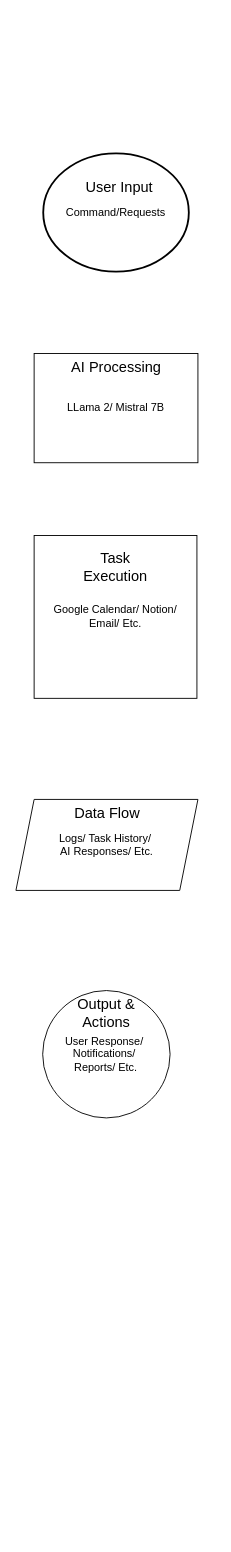
The draw.io diagram PA1.drawio in MrApolloOC/Personal-Assistant-V1, before the edit. Source tidied: cells renumbered, new cells numbered last; positions are measured from the earlier drawing's top-left corner, leaving out a move shared by most shapes. Both pictures are drawn from the tidied source at 91%, with x=0, y=0 at pixel (15, 153).
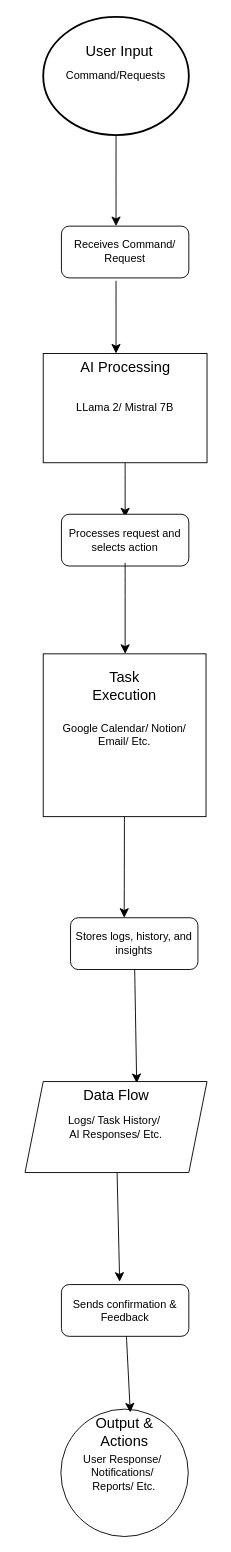
After the change.

Unchanged cells that the change refers to:
```xml
<mxCell id="3" value="Command/Requests" style="strokeWidth=2;html=1;shape=mxgraph.flowchart.start_1;whiteSpace=wrap;" parent="2" vertex="1">
  <mxGeometry width="160" height="130" as="geometry" />
</mxCell>
<mxCell id="4" style="group;" parent="1" vertex="1">
  <mxGeometry x="20" y="220" width="180" height="120" as="geometry" />
</mxCell>
<mxCell id="8" value="Google Calendar/ Notion/&lt;div&gt;Email/ Etc.&lt;/div&gt;" style="whiteSpace=wrap;html=1;" parent="7" vertex="1">
  <mxGeometry x="-20" width="178.9" height="178.9" as="geometry" />
</mxCell>
<mxCell id="11" value="Logs/ Task History/&amp;nbsp;&lt;div&gt;AI Responses/ Etc.&lt;/div&gt;" style="shape=parallelogram;perimeter=parallelogramPerimeter;whiteSpace=wrap;html=1;fixedSize=1;" parent="10" vertex="1">
  <mxGeometry width="200" height="100" as="geometry" />
</mxCell>
<mxCell id="12" value="Data Flow" style="text;html=1;align=center;verticalAlign=middle;points=[];strokeColor=none;fillColor=none;fontSize=16;" parent="10" vertex="1">
  <mxGeometry x="50" width="100" height="30" as="geometry" />
</mxCell>
<mxCell id="15" value="Output &amp;amp;&lt;div&gt;Actions&lt;/div&gt;" style="text;html=1;align=center;verticalAlign=middle;points=[];strokeColor=none;fillColor=none;fontSize=16;" parent="13" vertex="1">
  <mxGeometry x="34" width="90" height="50" as="geometry" />
</mxCell>
```

What changed in the source:
```diff
@@
     <mxCell id="2" style="group;" parent="1" vertex="1">
-      <mxGeometry x="30" width="160" height="130" as="geometry" />
+      <mxGeometry x="30" y="-150" width="160" height="130" as="geometry" />
     </mxCell>
@@
     <mxCell id="5" value="LLama 2/ Mistral 7B" style="rounded=0;whiteSpace=wrap;html=1;" parent="4" vertex="1">
-      <mxGeometry width="180" height="120" as="geometry" />
+      <mxGeometry x="10" width="180" height="120" as="geometry" />
     </mxCell>
     <mxCell id="6" value="AI Processing" style="text;html=1;align=center;verticalAlign=middle;strokeColor=none;fillColor=none;fontSize=16;" parent="4" vertex="1">
-      <mxGeometry x="30" width="120" height="30" as="geometry" />
+      <mxGeometry x="40" width="120" height="30" as="geometry" />
     </mxCell>
     <mxCell id="7" style="group;" parent="1" vertex="1">
-      <mxGeometry x="40" y="420" width="170" height="160" as="geometry" />
+      <mxGeometry x="50" y="550" width="170" height="160" as="geometry" />
     </mxCell>
@@
     <mxCell id="10" style="group;" parent="1" vertex="1">
-      <mxGeometry y="710" width="200" height="100" as="geometry" />
+      <mxGeometry x="10" y="1020" width="200" height="100" as="geometry" />
     </mxCell>
@@
     <mxCell id="13" style="group;" parent="1" vertex="1">
-      <mxGeometry x="20" y="920" width="170" height="140" as="geometry" />
+      <mxGeometry x="40" y="1380" width="170" height="140" as="geometry" />
     </mxCell>
@@
     <mxCell id="16" value="&amp;nbsp; &amp;nbsp; &amp;nbsp; &amp;nbsp; &amp;nbsp; &amp;nbsp; &amp;nbsp; &amp;nbsp;User Input&lt;div&gt;&lt;br&gt;&lt;/div&gt;" style="text;html=1;align=center;verticalAlign=middle;strokeColor=none;fillColor=none;fontSize=16;" parent="1" vertex="1">
-      <mxGeometry y="21.7" width="160" height="50" as="geometry" />
+      <mxGeometry y="-128.3" width="160" height="50" as="geometry" />
     </mxCell>
+    <mxCell id="17" style="edgeStyle=none;curved=1;rounded=0;jettySize=auto;html=1;fontSize=12;startSize=8;endSize=8;" parent="1" edge="1" source="3">
+      <mxGeometry relative="1" as="geometry">
+        <mxPoint x="110" y="80" as="targetPoint" />
+      </mxGeometry>
+    </mxCell>
+    <mxCell id="18" style="edgeStyle=none;curved=1;rounded=0;jettySize=auto;html=1;fontSize=12;startSize=8;endSize=8;" parent="1" edge="1" source="5">
+      <mxGeometry relative="1" as="geometry">
+        <mxPoint x="120" y="400" as="targetPoint" />
+      </mxGeometry>
+    </mxCell>
+    <mxCell id="19" style="edgeStyle=none;curved=1;rounded=0;jettySize=auto;html=1;fontSize=12;startSize=8;endSize=8;" parent="1" edge="1" source="8">
+      <mxGeometry relative="1" as="geometry">
+        <mxPoint x="119" y="840" as="targetPoint" />
+      </mxGeometry>
+    </mxCell>
+    <mxCell id="20" style="edgeStyle=none;curved=1;rounded=0;jettySize=auto;html=1;fontSize=12;startSize=8;endSize=8;" parent="1" edge="1" source="11">
+      <mxGeometry relative="1" as="geometry">
+        <mxPoint x="114" y="1240" as="targetPoint" />
+      </mxGeometry>
+    </mxCell>
+    <mxCell id="21" style="group;" parent="1" vertex="1">
+      <mxGeometry x="50" y="570" width="140" height="730" as="geometry" />
+    </mxCell>
+    <mxCell id="22" value="Sends confirmation &amp;amp; Feedback" style="rounded=1;whiteSpace=wrap;html=1;" parent="21" vertex="1">
+      <mxGeometry y="673.1" width="140" height="56.9" as="geometry" />
+    </mxCell>
+    <mxCell id="23" value="Receives Command/ Request" style="rounded=1;whiteSpace=wrap;html=1;" parent="1" vertex="1">
+      <mxGeometry x="50" y="80" width="140" height="56.9" as="geometry" />
+    </mxCell>
+    <mxCell id="24" style="edgeStyle=none;curved=1;rounded=0;orthogonalLoop=1;jettySize=auto;html=1;fontSize=12;startSize=8;endSize=8;" parent="1" edge="1">
+      <mxGeometry relative="1" as="geometry">
+        <mxPoint x="110" y="140" as="sourcePoint" />
+        <mxPoint x="110" y="220" as="targetPoint" />
+      </mxGeometry>
+    </mxCell>
+    <mxCell id="25" value="Processes request and selects action" style="rounded=1;whiteSpace=wrap;html=1;" parent="1" vertex="1">
+      <mxGeometry x="50" y="396.6" width="140" height="56.9" as="geometry" />
+    </mxCell>
+    <mxCell id="26" style="edgeStyle=none;curved=1;rounded=0;orthogonalLoop=1;jettySize=auto;html=1;fontSize=12;startSize=8;endSize=8;" parent="1" edge="1">
+      <mxGeometry relative="1" as="geometry">
+        <mxPoint x="120" y="450" as="sourcePoint" />
+        <mxPoint x="120" y="550" as="targetPoint" />
+      </mxGeometry>
+    </mxCell>
+    <mxCell id="27" value="Stores logs, history, and insights" style="rounded=1;whiteSpace=wrap;html=1;" parent="1" vertex="1">
+      <mxGeometry x="60" y="840" width="140" height="56.9" as="geometry" />
+    </mxCell>
+    <mxCell id="28" style="edgeStyle=none;curved=1;rounded=0;jettySize=auto;html=1;fontSize=12;startSize=8;endSize=8;entryX=0.727;entryY=0.056;entryDx=0;entryDy=0;entryPerimeter=0;" parent="1" edge="1" source="27" target="12">
+      <mxGeometry relative="1" as="geometry" />
+    </mxCell>
+    <mxCell id="29" style="edgeStyle=none;curved=1;rounded=0;jettySize=auto;html=1;entryX=0.574;entryY=0.073;entryDx=0;entryDy=0;entryPerimeter=0;fontSize=12;startSize=8;endSize=8;" parent="1" edge="1" source="22" target="15">
+      <mxGeometry relative="1" as="geometry" />
+    </mxCell>
```
